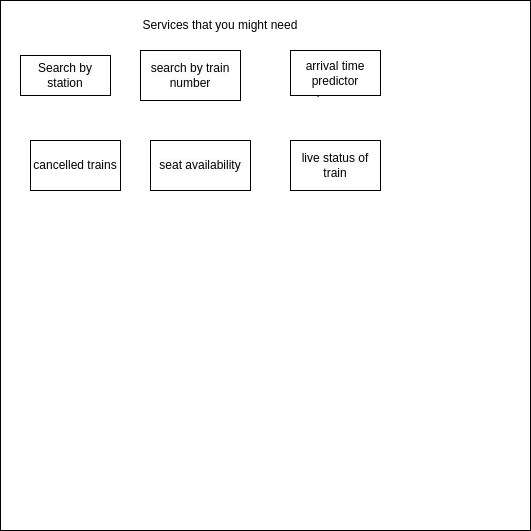
This is ServicesPageUi.png from cdac-project-2025/project-diagrams, a draw.io export, as it was before one commit. Source tidied: cells renumbered, new cells last; positions are measured from the earlier drawing's top-left corner, leaving out a move shared by most shapes. Source of this version:
```xml
<mxGraphModel>
  <root>
    <mxCell id="0" />
    <mxCell id="1" parent="0" />
    <mxCell id="2" style="whiteSpace=wrap;html=1;" parent="1" vertex="1">
      <mxGeometry width="530" height="530" as="geometry" />
    </mxCell>
    <mxCell id="3" value="&lt;span style=&quot;color: rgb(0, 0, 0); font-family: Helvetica; font-size: 12px; font-style: normal; font-variant-ligatures: normal; font-variant-caps: normal; font-weight: 400; letter-spacing: normal; orphans: 2; text-align: center; text-indent: 0px; text-transform: none; widows: 2; word-spacing: 0px; -webkit-text-stroke-width: 0px; white-space: normal; background-color: rgb(251, 251, 251); text-decoration-thickness: initial; text-decoration-style: initial; text-decoration-color: initial; display: inline !important; float: none;&quot;&gt;search by train number&lt;/span&gt;" style="text;html=1;align=center;verticalAlign=middle;whiteSpace=wrap;rounded=0;" parent="1" vertex="1">
      <mxGeometry x="140" y="60" width="60" height="30" as="geometry" />
    </mxCell>
    <mxCell id="4" value="&lt;span style=&quot;color: rgb(0, 0, 0); font-family: Helvetica; font-size: 12px; font-style: normal; font-variant-ligatures: normal; font-variant-caps: normal; font-weight: 400; letter-spacing: normal; orphans: 2; text-align: center; text-indent: 0px; text-transform: none; widows: 2; word-spacing: 0px; -webkit-text-stroke-width: 0px; white-space: normal; background-color: rgb(251, 251, 251); text-decoration-thickness: initial; text-decoration-style: initial; text-decoration-color: initial; display: inline !important; float: none;&quot;&gt;arrival time predictor&lt;/span&gt;" style="text;html=1;align=center;verticalAlign=middle;whiteSpace=wrap;rounded=0;" parent="1" vertex="1">
      <mxGeometry x="310" y="60" width="60" height="30" as="geometry" />
    </mxCell>
    <mxCell id="5" value="&lt;span style=&quot;color: rgb(0, 0, 0); font-family: Helvetica; font-size: 12px; font-style: normal; font-variant-ligatures: normal; font-variant-caps: normal; font-weight: 400; letter-spacing: normal; orphans: 2; text-align: center; text-indent: 0px; text-transform: none; widows: 2; word-spacing: 0px; -webkit-text-stroke-width: 0px; white-space: normal; background-color: rgb(251, 251, 251); text-decoration-thickness: initial; text-decoration-style: initial; text-decoration-color: initial; display: inline !important; float: none;&quot;&gt;live status of train&lt;/span&gt;" style="text;html=1;align=center;verticalAlign=middle;whiteSpace=wrap;rounded=0;" parent="1" vertex="1">
      <mxGeometry x="290" y="140" width="60" height="30" as="geometry" />
    </mxCell>
    <mxCell id="6" value="&lt;span style=&quot;color: rgb(0, 0, 0); font-family: Helvetica; font-size: 12px; font-style: normal; font-variant-ligatures: normal; font-variant-caps: normal; font-weight: 400; letter-spacing: normal; orphans: 2; text-align: center; text-indent: 0px; text-transform: none; widows: 2; word-spacing: 0px; -webkit-text-stroke-width: 0px; white-space: normal; background-color: rgb(251, 251, 251); text-decoration-thickness: initial; text-decoration-style: initial; text-decoration-color: initial; display: inline !important; float: none;&quot;&gt;cancelled trains&lt;/span&gt;" style="text;html=1;align=center;verticalAlign=middle;whiteSpace=wrap;rounded=0;" parent="1" vertex="1">
      <mxGeometry x="50" y="140" width="60" height="30" as="geometry" />
    </mxCell>
    <mxCell id="7" value="&lt;span style=&quot;color: rgb(0, 0, 0); font-family: Helvetica; font-size: 12px; font-style: normal; font-variant-ligatures: normal; font-variant-caps: normal; font-weight: 400; letter-spacing: normal; orphans: 2; text-align: center; text-indent: 0px; text-transform: none; widows: 2; word-spacing: 0px; -webkit-text-stroke-width: 0px; white-space: normal; background-color: rgb(251, 251, 251); text-decoration-thickness: initial; text-decoration-style: initial; text-decoration-color: initial; display: inline !important; float: none;&quot;&gt;Search by station&lt;/span&gt;" style="text;html=1;align=center;verticalAlign=middle;whiteSpace=wrap;rounded=0;" parent="1" vertex="1">
      <mxGeometry x="45" y="60" width="60" height="30" as="geometry" />
    </mxCell>
    <mxCell id="8" value="&lt;span style=&quot;color: rgb(0, 0, 0); font-family: Helvetica; font-size: 12px; font-style: normal; font-variant-ligatures: normal; font-variant-caps: normal; font-weight: 400; letter-spacing: normal; orphans: 2; text-align: center; text-indent: 0px; text-transform: none; widows: 2; word-spacing: 0px; -webkit-text-stroke-width: 0px; white-space: normal; background-color: rgb(251, 251, 251); text-decoration-thickness: initial; text-decoration-style: initial; text-decoration-color: initial; display: inline !important; float: none;&quot;&gt;seat availability&lt;/span&gt;" style="text;html=1;align=center;verticalAlign=middle;whiteSpace=wrap;rounded=0;" parent="1" vertex="1">
      <mxGeometry x="150" y="140" width="60" height="30" as="geometry" />
    </mxCell>
    <mxCell id="9" value="&lt;span style=&quot;color: rgb(0, 0, 0); font-family: Helvetica; font-size: 12px; font-style: normal; font-variant-ligatures: normal; font-variant-caps: normal; font-weight: 400; letter-spacing: normal; orphans: 2; text-align: center; text-indent: 0px; text-transform: none; widows: 2; word-spacing: 0px; -webkit-text-stroke-width: 0px; white-space: normal; background-color: rgb(251, 251, 251); text-decoration-thickness: initial; text-decoration-style: initial; text-decoration-color: initial; display: inline !important; float: none;&quot;&gt;Search by station&lt;/span&gt;" style="rounded=0;whiteSpace=wrap;html=1;" parent="1" vertex="1">
      <mxGeometry x="20" y="55" width="90" height="40" as="geometry" />
    </mxCell>
    <mxCell id="10" value="&lt;span style=&quot;color: rgb(0, 0, 0); font-family: Helvetica; font-size: 12px; font-style: normal; font-variant-ligatures: normal; font-variant-caps: normal; font-weight: 400; letter-spacing: normal; orphans: 2; text-align: center; text-indent: 0px; text-transform: none; widows: 2; word-spacing: 0px; -webkit-text-stroke-width: 0px; white-space: normal; background-color: rgb(251, 251, 251); text-decoration-thickness: initial; text-decoration-style: initial; text-decoration-color: initial; display: inline !important; float: none;&quot;&gt;search by train number&lt;/span&gt;" style="rounded=0;whiteSpace=wrap;html=1;" parent="1" vertex="1">
      <mxGeometry x="140" y="50" width="100" height="50" as="geometry" />
    </mxCell>
    <mxCell id="11" value="arrival time predictor" style="rounded=0;whiteSpace=wrap;html=1;" parent="1" vertex="1">
      <mxGeometry x="290" y="50" width="90" height="45" as="geometry" />
    </mxCell>
    <mxCell id="12" value="cancelled trains" style="rounded=0;whiteSpace=wrap;html=1;" parent="1" vertex="1">
      <mxGeometry x="30" y="140" width="90" height="50" as="geometry" />
    </mxCell>
    <mxCell id="13" value="&lt;span style=&quot;color: rgb(0, 0, 0); font-family: Helvetica; font-size: 12px; font-style: normal; font-variant-ligatures: normal; font-variant-caps: normal; font-weight: 400; letter-spacing: normal; orphans: 2; text-align: center; text-indent: 0px; text-transform: none; widows: 2; word-spacing: 0px; -webkit-text-stroke-width: 0px; white-space: normal; background-color: rgb(251, 251, 251); text-decoration-thickness: initial; text-decoration-style: initial; text-decoration-color: initial; display: inline !important; float: none;&quot;&gt;seat availability&lt;/span&gt;" style="rounded=0;whiteSpace=wrap;html=1;" parent="1" vertex="1">
      <mxGeometry x="150" y="140" width="100" height="50" as="geometry" />
    </mxCell>
    <mxCell id="14" value="&lt;span style=&quot;color: rgb(0, 0, 0); font-family: Helvetica; font-size: 12px; font-style: normal; font-variant-ligatures: normal; font-variant-caps: normal; font-weight: 400; letter-spacing: normal; orphans: 2; text-align: center; text-indent: 0px; text-transform: none; widows: 2; word-spacing: 0px; -webkit-text-stroke-width: 0px; white-space: normal; background-color: rgb(251, 251, 251); text-decoration-thickness: initial; text-decoration-style: initial; text-decoration-color: initial; display: inline !important; float: none;&quot;&gt;live status of train&lt;/span&gt;" style="rounded=0;whiteSpace=wrap;html=1;" parent="1" vertex="1">
      <mxGeometry x="290" y="140" width="90" height="50" as="geometry" />
    </mxCell>
    <mxCell id="15" value="Services that you might need" style="text;html=1;align=center;verticalAlign=middle;whiteSpace=wrap;rounded=0;" parent="1" vertex="1">
      <mxGeometry x="80" y="10" width="280" height="30" as="geometry" />
    </mxCell>
  </root>
</mxGraphModel>
```
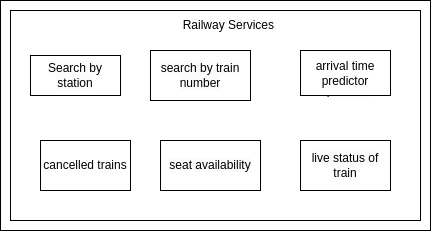
Later version of the same file.

What changed in the source:
```diff
@@ -2,9 +2,12 @@
   <root>
     <mxCell id="0" />
     <mxCell id="1" parent="0" />
-    <mxCell id="2" style="whiteSpace=wrap;html=1;" parent="1" vertex="1">
-      <mxGeometry width="530" height="530" as="geometry" />
-    </mxCell>
+    <mxCell id="16" style="rounded=0;whiteSpace=wrap;html=1;" parent="1" vertex="1">
+      <mxGeometry x="-10" width="430" height="230" as="geometry" />
+    </mxCell>
+    <mxCell id="17" style="rounded=0;whiteSpace=wrap;html=1;" parent="1" vertex="1">
+      <mxGeometry y="10" width="410" height="210" as="geometry" />
+    </mxCell>
     <mxCell id="3" value="&lt;span style=&quot;color: rgb(0, 0, 0); font-family: Helvetica; font-size: 12px; font-style: normal; font-variant-ligatures: normal; font-variant-caps: normal; font-weight: 400; letter-spacing: normal; orphans: 2; text-align: center; text-indent: 0px; text-transform: none; widows: 2; word-spacing: 0px; -webkit-text-stroke-width: 0px; white-space: normal; background-color: rgb(251, 251, 251); text-decoration-thickness: initial; text-decoration-style: initial; text-decoration-color: initial; display: inline !important; float: none;&quot;&gt;search by train number&lt;/span&gt;" style="text;html=1;align=center;verticalAlign=middle;whiteSpace=wrap;rounded=0;" parent="1" vertex="1">
       <mxGeometry x="140" y="60" width="60" height="30" as="geometry" />
     </mxCell>
@@ -41,7 +44,7 @@
     <mxCell id="14" value="&lt;span style=&quot;color: rgb(0, 0, 0); font-family: Helvetica; font-size: 12px; font-style: normal; font-variant-ligatures: normal; font-variant-caps: normal; font-weight: 400; letter-spacing: normal; orphans: 2; text-align: center; text-indent: 0px; text-transform: none; widows: 2; word-spacing: 0px; -webkit-text-stroke-width: 0px; white-space: normal; background-color: rgb(251, 251, 251); text-decoration-thickness: initial; text-decoration-style: initial; text-decoration-color: initial; display: inline !important; float: none;&quot;&gt;live status of train&lt;/span&gt;" style="rounded=0;whiteSpace=wrap;html=1;" parent="1" vertex="1">
       <mxGeometry x="290" y="140" width="90" height="50" as="geometry" />
     </mxCell>
-    <mxCell id="15" value="Services that you might need" style="text;html=1;align=center;verticalAlign=middle;whiteSpace=wrap;rounded=0;" parent="1" vertex="1">
+    <mxCell id="15" value="Railway Services&amp;nbsp;" style="text;html=1;align=center;verticalAlign=middle;whiteSpace=wrap;rounded=0;" parent="1" vertex="1">
       <mxGeometry x="80" y="10" width="280" height="30" as="geometry" />
     </mxCell>
   </root>
```
